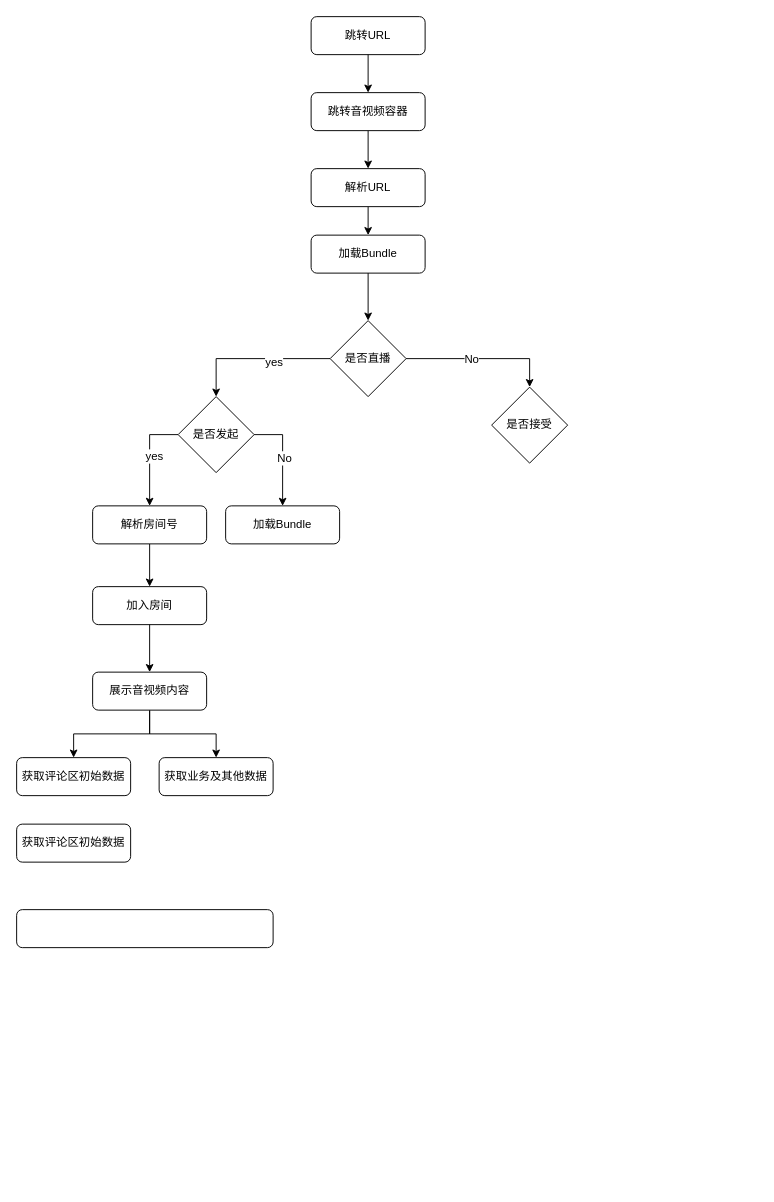
Above: 音视频流程.drawio in mjjde/iodraw (draw.io), before the change. Source tidied: cells renumbered, new cells numbered last; positions are measured from the earlier drawing's top-left corner, leaving out a move shared by most shapes. Both pictures are drawn from the tidied source at 95%, with x=0, y=0 at pixel (16, 16).
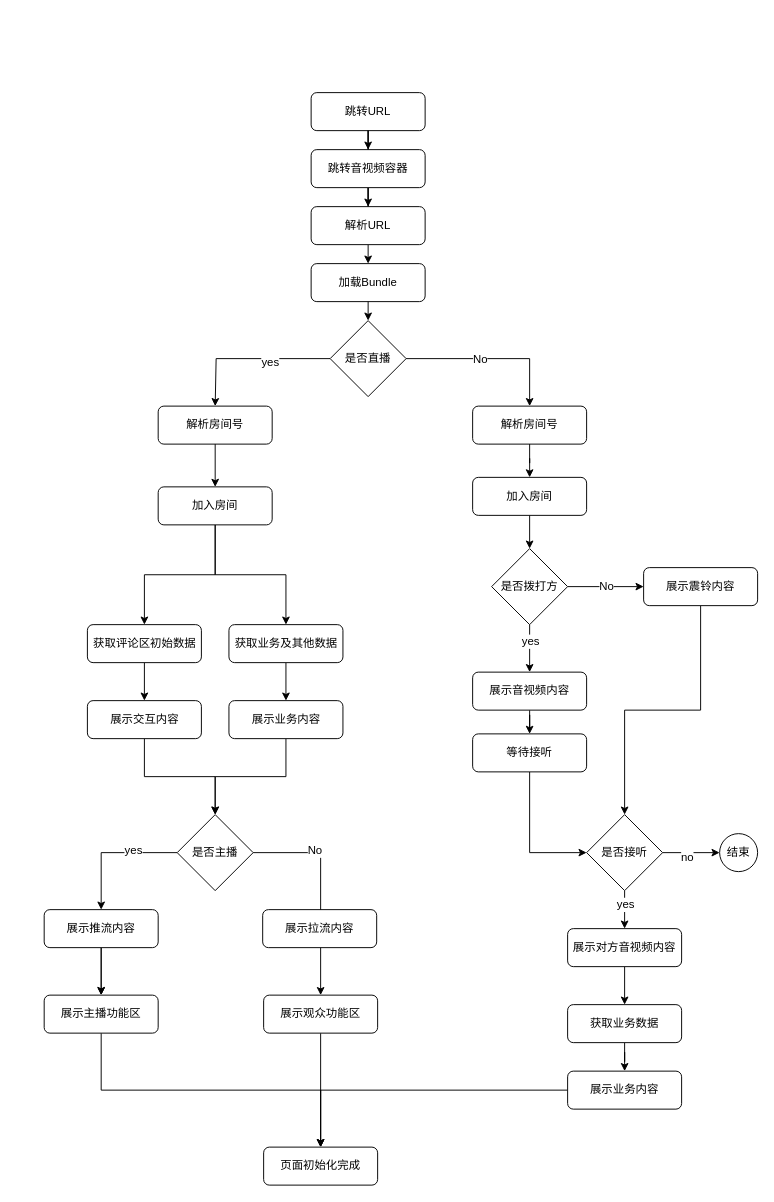
After the change.

Commit message:
更新音视频流程.drawio

Unchanged cells that the change refers to:
```xml
<mxCell id="19" value="是否直播" style="rhombus;whiteSpace=wrap;html=1;" parent="1" vertex="1">
  <mxGeometry x="330" y="320" width="80" height="80" as="geometry" />
</mxCell>
```

The edit, as a diff of the source:
```diff
@@
     <mxCell id="2" value="跳转URL" style="rounded=1;whiteSpace=wrap;html=1;" parent="1" vertex="1">
-      <mxGeometry x="310" width="120" height="40" as="geometry" />
+      <mxGeometry x="310" y="80" width="120" height="40" as="geometry" />
     </mxCell>
@@
     <mxCell id="5" value="跳转音视频容器" style="rounded=1;whiteSpace=wrap;html=1;" parent="1" vertex="1">
-      <mxGeometry x="310" y="80" width="120" height="40" as="geometry" />
+      <mxGeometry x="310" y="140" width="120" height="40" as="geometry" />
     </mxCell>
@@
     <mxCell id="7" value="解析URL" style="rounded=1;whiteSpace=wrap;html=1;" parent="1" vertex="1">
-      <mxGeometry x="310" y="160" width="120" height="40" as="geometry" />
+      <mxGeometry x="310" y="200" width="120" height="40" as="geometry" />
     </mxCell>
-    <mxCell id="8" style="edgeStyle=orthogonalEdgeStyle;rounded=0;jettySize=auto;html=1;entryX=0.5;entryY=0;entryDx=0;entryDy=0;exitX=0;exitY=0.5;exitDx=0;exitDy=0;" parent="1" edge="1" source="19" target="15">
+    <mxCell id="8" style="edgeStyle=orthogonalEdgeStyle;rounded=0;jettySize=auto;html=1;entryX=0.5;entryY=0;entryDx=0;entryDy=0;exitX=0;exitY=0.5;exitDx=0;exitDy=0;" parent="1" edge="1" source="19" target="22">
       <mxGeometry relative="1" as="geometry">
         <Array as="points">
           <mxPoint x="210" y="360" />
         </Array>
       </mxGeometry>
     </mxCell>
@@
     <mxCell id="10" value="加载Bundle" style="rounded=1;whiteSpace=wrap;html=1;" parent="1" vertex="1">
-      <mxGeometry x="310" y="230" width="120" height="40" as="geometry" />
+      <mxGeometry x="310" y="260" width="120" height="40" as="geometry" />
     </mxCell>
-    <mxCell id="11" style="edgeStyle=orthogonalEdgeStyle;rounded=0;jettySize=auto;html=1;entryX=0.5;entryY=0;entryDx=0;entryDy=0;exitX=0;exitY=0.5;exitDx=0;exitDy=0;" parent="1" edge="1" source="15" target="22">
-      <mxGeometry relative="1" as="geometry" />
-    </mxCell>
-    <mxCell id="12" value="yes" style="text;html=1;align=center;verticalAlign=middle;labelBackgroundColor=#ffffff;" parent="11" vertex="1">
-      <mxGeometry x="-0.01" y="4" relative="1" as="geometry" />
-    </mxCell>
-    <mxCell id="13" style="edgeStyle=orthogonalEdgeStyle;rounded=0;jettySize=auto;html=1;entryX=0.5;entryY=0;entryDx=0;entryDy=0;exitX=1;exitY=0.5;exitDx=0;exitDy=0;" parent="1" edge="1" source="15" target="23">
-      <mxGeometry relative="1" as="geometry" />
-    </mxCell>
-    <mxCell id="14" value="No" style="text;html=1;align=center;verticalAlign=middle;labelBackgroundColor=#ffffff;" parent="13" vertex="1">
-      <mxGeometry x="0.02" y="1" relative="1" as="geometry" />
-    </mxCell>
-    <mxCell id="15" value="是否发起" style="rhombus;whiteSpace=wrap;html=1;" parent="1" vertex="1">
-      <mxGeometry x="170" y="400" width="80" height="80" as="geometry" />
-    </mxCell>
-    <mxCell id="16" value="是否接受" style="rhombus;whiteSpace=wrap;html=1;" parent="1" vertex="1">
-      <mxGeometry x="500" y="390" width="80" height="80" as="geometry" />
-    </mxCell>
-    <mxCell id="17" style="edgeStyle=orthogonalEdgeStyle;rounded=0;jettySize=auto;html=1;entryX=0.5;entryY=0;entryDx=0;entryDy=0;" parent="1" edge="1" source="19" target="16">
+    <mxCell id="17" style="edgeStyle=orthogonalEdgeStyle;rounded=0;jettySize=auto;html=1;entryX=0.5;entryY=0;entryDx=0;entryDy=0;" parent="1" edge="1" source="19" target="49">
       <mxGeometry relative="1" as="geometry" />
     </mxCell>
@@
     <mxCell id="22" value="解析房间号" style="rounded=1;whiteSpace=wrap;html=1;" parent="1" vertex="1">
-      <mxGeometry x="80" y="515" width="120" height="40" as="geometry" />
+      <mxGeometry x="149" y="410" width="120" height="40" as="geometry" />
     </mxCell>
-    <mxCell id="23" value="加载Bundle" style="rounded=1;whiteSpace=wrap;html=1;" parent="1" vertex="1">
-      <mxGeometry x="220" y="515" width="120" height="40" as="geometry" />
-    </mxCell>
+    <mxCell id="33" style="edgeStyle=orthogonalEdgeStyle;rounded=0;jettySize=auto;html=1;entryX=0.5;entryY=0;entryDx=0;entryDy=0;" parent="1" edge="1" source="24" target="25">
+      <mxGeometry relative="1" as="geometry" />
+    </mxCell>
+    <mxCell id="34" style="edgeStyle=orthogonalEdgeStyle;rounded=0;jettySize=auto;html=1;" parent="1" edge="1" source="24" target="30">
+      <mxGeometry relative="1" as="geometry" />
+    </mxCell>
     <mxCell id="24" value="加入房间" style="rounded=1;whiteSpace=wrap;html=1;" parent="1" vertex="1">
-      <mxGeometry x="80" y="600" width="120" height="40" as="geometry" />
+      <mxGeometry x="149" y="495" width="120" height="40" as="geometry" />
     </mxCell>
+    <mxCell id="35" style="edgeStyle=orthogonalEdgeStyle;rounded=0;jettySize=auto;html=1;entryX=0.5;entryY=0;entryDx=0;entryDy=0;" parent="1" edge="1" source="25" target="32">
+      <mxGeometry relative="1" as="geometry" />
+    </mxCell>
     <mxCell id="25" value="获取评论区初始数据" style="rounded=1;whiteSpace=wrap;html=1;" parent="1" vertex="1">
-      <mxGeometry y="780" width="120" height="40" as="geometry" />
+      <mxGeometry x="74.5" y="640" width="120" height="40" as="geometry" />
     </mxCell>
-    <mxCell id="26" style="edgeStyle=orthogonalEdgeStyle;rounded=0;jettySize=auto;html=1;exitX=0.5;exitY=1;exitDx=0;exitDy=0;" parent="1" edge="1" source="28" target="25">
-      <mxGeometry relative="1" as="geometry" />
-    </mxCell>
-    <mxCell id="27" style="edgeStyle=orthogonalEdgeStyle;rounded=0;jettySize=auto;html=1;exitX=0.5;exitY=1;exitDx=0;exitDy=0;" parent="1" edge="1" source="28" target="30">
-      <mxGeometry relative="1" as="geometry" />
-    </mxCell>
+    <mxCell id="36" style="edgeStyle=orthogonalEdgeStyle;rounded=0;jettySize=auto;html=1;exitX=0.5;exitY=1;exitDx=0;exitDy=0;" parent="1" edge="1" source="30" target="39">
+      <mxGeometry relative="1" as="geometry" />
+    </mxCell>
+    <mxCell id="30" value="获取业务及其他数据" style="rounded=1;whiteSpace=wrap;html=1;" parent="1" vertex="1">
+      <mxGeometry x="223.5" y="640" width="120" height="40" as="geometry" />
+    </mxCell>
+    <mxCell id="37" style="edgeStyle=orthogonalEdgeStyle;rounded=0;jettySize=auto;html=1;entryX=0.5;entryY=0;entryDx=0;entryDy=0;" parent="1" edge="1" source="32" target="43">
+      <mxGeometry relative="1" as="geometry" />
+    </mxCell>
+    <mxCell id="32" value="展示交互内容" style="rounded=1;whiteSpace=wrap;html=1;" parent="1" vertex="1">
+      <mxGeometry x="74.5" y="720" width="120" height="40" as="geometry" />
+    </mxCell>
+    <mxCell id="38" style="edgeStyle=orthogonalEdgeStyle;rounded=0;jettySize=auto;html=1;entryX=0.5;entryY=0;entryDx=0;entryDy=0;" parent="1" edge="1" source="39" target="43">
+      <mxGeometry relative="1" as="geometry" />
+    </mxCell>
+    <mxCell id="39" value="展示业务内容" style="rounded=1;whiteSpace=wrap;html=1;" parent="1" vertex="1">
+      <mxGeometry x="223.5" y="720" width="120" height="40" as="geometry" />
+    </mxCell>
+    <mxCell id="40" style="edgeStyle=orthogonalEdgeStyle;rounded=0;jettySize=auto;html=1;entryX=0.5;entryY=0;entryDx=0;entryDy=0;" parent="1" edge="1" source="76" target="45">
+      <mxGeometry relative="1" as="geometry" />
+    </mxCell>
+    <mxCell id="41" style="edgeStyle=orthogonalEdgeStyle;rounded=0;jettySize=auto;html=1;entryX=0.5;entryY=0;entryDx=0;entryDy=0;exitX=1;exitY=0.5;exitDx=0;exitDy=0;" parent="1" edge="1" source="43" target="47">
+      <mxGeometry relative="1" as="geometry" />
+    </mxCell>
+    <mxCell id="42" value="No" style="text;html=1;align=center;verticalAlign=middle;labelBackgroundColor=#ffffff;" parent="41" vertex="1">
+      <mxGeometry x="-0.42" y="3" relative="1" as="geometry" />
+    </mxCell>
+    <mxCell id="43" value="是否主播" style="rhombus;whiteSpace=wrap;html=1;" parent="1" vertex="1">
+      <mxGeometry x="169" y="840" width="80" height="80" as="geometry" />
+    </mxCell>
+    <mxCell id="44" style="edgeStyle=orthogonalEdgeStyle;rounded=0;jettySize=auto;html=1;entryX=0.5;entryY=0;entryDx=0;entryDy=0;" parent="1" edge="1" source="45" target="74">
+      <mxGeometry relative="1" as="geometry">
+        <Array as="points">
+          <mxPoint x="89" y="1130" />
+          <mxPoint x="320" y="1130" />
+        </Array>
+      </mxGeometry>
+    </mxCell>
+    <mxCell id="45" value="展示主播功能区" style="rounded=1;whiteSpace=wrap;html=1;" parent="1" vertex="1">
+      <mxGeometry x="29" y="1030" width="120" height="40" as="geometry" />
+    </mxCell>
+    <mxCell id="46" style="edgeStyle=orthogonalEdgeStyle;rounded=0;jettySize=auto;html=1;entryX=0.5;entryY=0;entryDx=0;entryDy=0;" parent="1" edge="1" source="47" target="74">
+      <mxGeometry relative="1" as="geometry" />
+    </mxCell>
+    <mxCell id="47" value="展示观众功能区" style="rounded=1;whiteSpace=wrap;html=1;" parent="1" vertex="1">
+      <mxGeometry x="260" y="1030" width="120" height="40" as="geometry" />
+    </mxCell>
+    <mxCell id="48" style="edgeStyle=orthogonalEdgeStyle;rounded=0;jettySize=auto;html=1;" parent="1" edge="1" source="49" target="51">
+      <mxGeometry relative="1" as="geometry" />
+    </mxCell>
+    <mxCell id="49" value="解析房间号" style="rounded=1;whiteSpace=wrap;html=1;" parent="1" vertex="1">
+      <mxGeometry x="480" y="410" width="120" height="40" as="geometry" />
+    </mxCell>
+    <mxCell id="50" style="edgeStyle=orthogonalEdgeStyle;rounded=0;jettySize=auto;html=1;exitX=0.5;exitY=1;exitDx=0;exitDy=0;entryX=0.5;entryY=0;entryDx=0;entryDy=0;" parent="1" edge="1" source="51" target="56">
+      <mxGeometry relative="1" as="geometry" />
+    </mxCell>
+    <mxCell id="51" value="加入房间" style="rounded=1;whiteSpace=wrap;html=1;" parent="1" vertex="1">
+      <mxGeometry x="480" y="485" width="120" height="40" as="geometry" />
+    </mxCell>
+    <mxCell id="52" style="edgeStyle=orthogonalEdgeStyle;rounded=0;jettySize=auto;html=1;exitX=0.5;exitY=1;exitDx=0;exitDy=0;" parent="1" edge="1" source="56" target="28">
+      <mxGeometry relative="1" as="geometry" />
+    </mxCell>
+    <mxCell id="53" value="yes" style="text;html=1;align=center;verticalAlign=middle;labelBackgroundColor=#ffffff;" parent="52" vertex="1">
+      <mxGeometry x="-0.33" relative="1" as="geometry" />
+    </mxCell>
+    <mxCell id="54" style="edgeStyle=orthogonalEdgeStyle;rounded=0;jettySize=auto;html=1;exitX=1;exitY=0.5;exitDx=0;exitDy=0;entryX=0;entryY=0.5;entryDx=0;entryDy=0;" parent="1" edge="1" source="56" target="59">
+      <mxGeometry relative="1" as="geometry" />
+    </mxCell>
+    <mxCell id="55" value="No" style="text;html=1;align=center;verticalAlign=middle;labelBackgroundColor=#ffffff;" parent="54" vertex="1">
+      <mxGeometry y="1" relative="1" as="geometry" />
+    </mxCell>
+    <mxCell id="56" value="是否拨打方" style="rhombus;whiteSpace=wrap;html=1;" parent="1" vertex="1">
+      <mxGeometry x="500" y="560" width="80" height="80" as="geometry" />
+    </mxCell>
+    <mxCell id="57" style="edgeStyle=orthogonalEdgeStyle;rounded=0;jettySize=auto;html=1;entryX=0.5;entryY=0;entryDx=0;entryDy=0;" parent="1" edge="1" source="28" target="69">
+      <mxGeometry relative="1" as="geometry" />
+    </mxCell>
     <mxCell id="28" value="展示音视频内容" style="rounded=1;whiteSpace=wrap;html=1;" parent="1" vertex="1">
-      <mxGeometry x="80" y="690" width="120" height="40" as="geometry" />
+      <mxGeometry x="480" y="690" width="120" height="40" as="geometry" />
     </mxCell>
-    <mxCell id="29" style="endArrow=classic;html=1;exitX=0.5;exitY=1;exitDx=0;exitDy=0;entryX=0.5;entryY=0;entryDx=0;entryDy=0;" parent="1" edge="1" source="24" target="28">
-      <mxGeometry relative="1" as="geometry" />
-    </mxCell>
-    <mxCell id="30" value="获取业务及其他数据" style="rounded=1;whiteSpace=wrap;html=1;" parent="1" vertex="1">
-      <mxGeometry x="150" y="780" width="120" height="40" as="geometry" />
-    </mxCell>
-    <mxCell id="31" style="rounded=1;whiteSpace=wrap;html=1;" parent="1" vertex="1">
-      <mxGeometry y="940" width="270" height="40" as="geometry" />
-    </mxCell>
-    <mxCell id="32" value="获取评论区初始数据" style="rounded=1;whiteSpace=wrap;html=1;" parent="1" vertex="1">
-      <mxGeometry y="850" width="120" height="40" as="geometry" />
-    </mxCell>
+    <mxCell id="58" style="edgeStyle=orthogonalEdgeStyle;rounded=0;jettySize=auto;html=1;" parent="1" edge="1" source="59" target="64">
+      <mxGeometry relative="1" as="geometry" />
+    </mxCell>
+    <mxCell id="59" value="展示震铃内容" style="rounded=1;whiteSpace=wrap;html=1;" parent="1" vertex="1">
+      <mxGeometry x="660" y="580" width="120" height="40" as="geometry" />
+    </mxCell>
+    <mxCell id="60" style="edgeStyle=orthogonalEdgeStyle;rounded=0;jettySize=auto;html=1;exitX=1;exitY=0.5;exitDx=0;exitDy=0;entryX=0;entryY=0.5;entryDx=0;entryDy=0;" parent="1" edge="1" source="64" target="65">
+      <mxGeometry relative="1" as="geometry" />
+    </mxCell>
+    <mxCell id="61" value="no" style="text;html=1;align=center;verticalAlign=middle;labelBackgroundColor=#ffffff;" parent="60" vertex="1">
+      <mxGeometry x="-0.17" y="-4" relative="1" as="geometry" />
+    </mxCell>
+    <mxCell id="62" style="edgeStyle=orthogonalEdgeStyle;rounded=0;jettySize=auto;html=1;entryX=0.5;entryY=0;entryDx=0;entryDy=0;" parent="1" edge="1" source="64" target="67">
+      <mxGeometry relative="1" as="geometry" />
+    </mxCell>
+    <mxCell id="63" value="yes" style="text;html=1;align=center;verticalAlign=middle;labelBackgroundColor=#ffffff;" parent="62" vertex="1">
+      <mxGeometry x="0.2" y="2" relative="1" as="geometry">
+        <mxPoint x="-2" y="-10" as="offset" />
+      </mxGeometry>
+    </mxCell>
+    <mxCell id="64" value="是否接听" style="rhombus;whiteSpace=wrap;html=1;" parent="1" vertex="1">
+      <mxGeometry x="600" y="840" width="80" height="80" as="geometry" />
+    </mxCell>
+    <mxCell id="65" value="结束" style="ellipse;whiteSpace=wrap;html=1;" parent="1" vertex="1">
+      <mxGeometry x="740" y="860" width="40" height="40" as="geometry" />
+    </mxCell>
+    <mxCell id="66" style="edgeStyle=orthogonalEdgeStyle;rounded=0;jettySize=auto;html=1;exitX=0.5;exitY=1;exitDx=0;exitDy=0;entryX=0.5;entryY=0;entryDx=0;entryDy=0;" parent="1" edge="1" source="67" target="71">
+      <mxGeometry relative="1" as="geometry" />
+    </mxCell>
+    <mxCell id="67" value="展示对方音视频内容" style="rounded=1;whiteSpace=wrap;html=1;" parent="1" vertex="1">
+      <mxGeometry x="580" y="960" width="120" height="40" as="geometry" />
+    </mxCell>
+    <mxCell id="68" style="edgeStyle=orthogonalEdgeStyle;rounded=0;jettySize=auto;html=1;entryX=0;entryY=0.5;entryDx=0;entryDy=0;" parent="1" edge="1" source="69" target="64">
+      <mxGeometry relative="1" as="geometry" />
+    </mxCell>
+    <mxCell id="69" value="等待接听" style="rounded=1;whiteSpace=wrap;html=1;" parent="1" vertex="1">
+      <mxGeometry x="480" y="755" width="120" height="40" as="geometry" />
+    </mxCell>
+    <mxCell id="70" style="edgeStyle=orthogonalEdgeStyle;rounded=0;jettySize=auto;html=1;entryX=0.5;entryY=0;entryDx=0;entryDy=0;" parent="1" edge="1" source="71" target="73">
+      <mxGeometry relative="1" as="geometry" />
+    </mxCell>
+    <mxCell id="71" value="获取业务数据" style="rounded=1;whiteSpace=wrap;html=1;" parent="1" vertex="1">
+      <mxGeometry x="580" y="1040" width="120" height="40" as="geometry" />
+    </mxCell>
+    <mxCell id="72" style="edgeStyle=orthogonalEdgeStyle;rounded=0;jettySize=auto;html=1;entryX=0.5;entryY=0;entryDx=0;entryDy=0;" parent="1" edge="1" source="73" target="74">
+      <mxGeometry relative="1" as="geometry" />
+    </mxCell>
+    <mxCell id="73" value="展示业务内容" style="rounded=1;whiteSpace=wrap;html=1;" parent="1" vertex="1">
+      <mxGeometry x="580" y="1110" width="120" height="40" as="geometry" />
+    </mxCell>
+    <mxCell id="74" value="页面初始化完成" style="rounded=1;whiteSpace=wrap;html=1;" parent="1" vertex="1">
+      <mxGeometry x="260" y="1190" width="120" height="40" as="geometry" />
+    </mxCell>
+    <mxCell id="75" style="edgeStyle=orthogonalEdgeStyle;rounded=0;jettySize=auto;html=1;" parent="1" edge="1" source="76" target="45">
+      <mxGeometry relative="1" as="geometry" />
+    </mxCell>
+    <mxCell id="76" value="展示推流内容" style="rounded=1;whiteSpace=wrap;html=1;" parent="1" vertex="1">
+      <mxGeometry x="29" y="940" width="120" height="40" as="geometry" />
+    </mxCell>
+    <mxCell id="77" style="edgeStyle=orthogonalEdgeStyle;rounded=0;jettySize=auto;html=1;entryX=0.5;entryY=0;entryDx=0;entryDy=0;" parent="1" edge="1" source="43" target="76">
+      <mxGeometry relative="1" as="geometry" />
+    </mxCell>
+    <mxCell id="78" value="yes" style="text;html=1;align=center;verticalAlign=middle;labelBackgroundColor=#ffffff;" parent="77" vertex="1">
+      <mxGeometry x="-0.33" y="-3" relative="1" as="geometry" />
+    </mxCell>
+    <mxCell id="79" value="展示拉流内容" style="rounded=1;whiteSpace=wrap;html=1;" parent="1" vertex="1">
+      <mxGeometry x="259" y="940" width="120" height="40" as="geometry" />
+    </mxCell>
```
